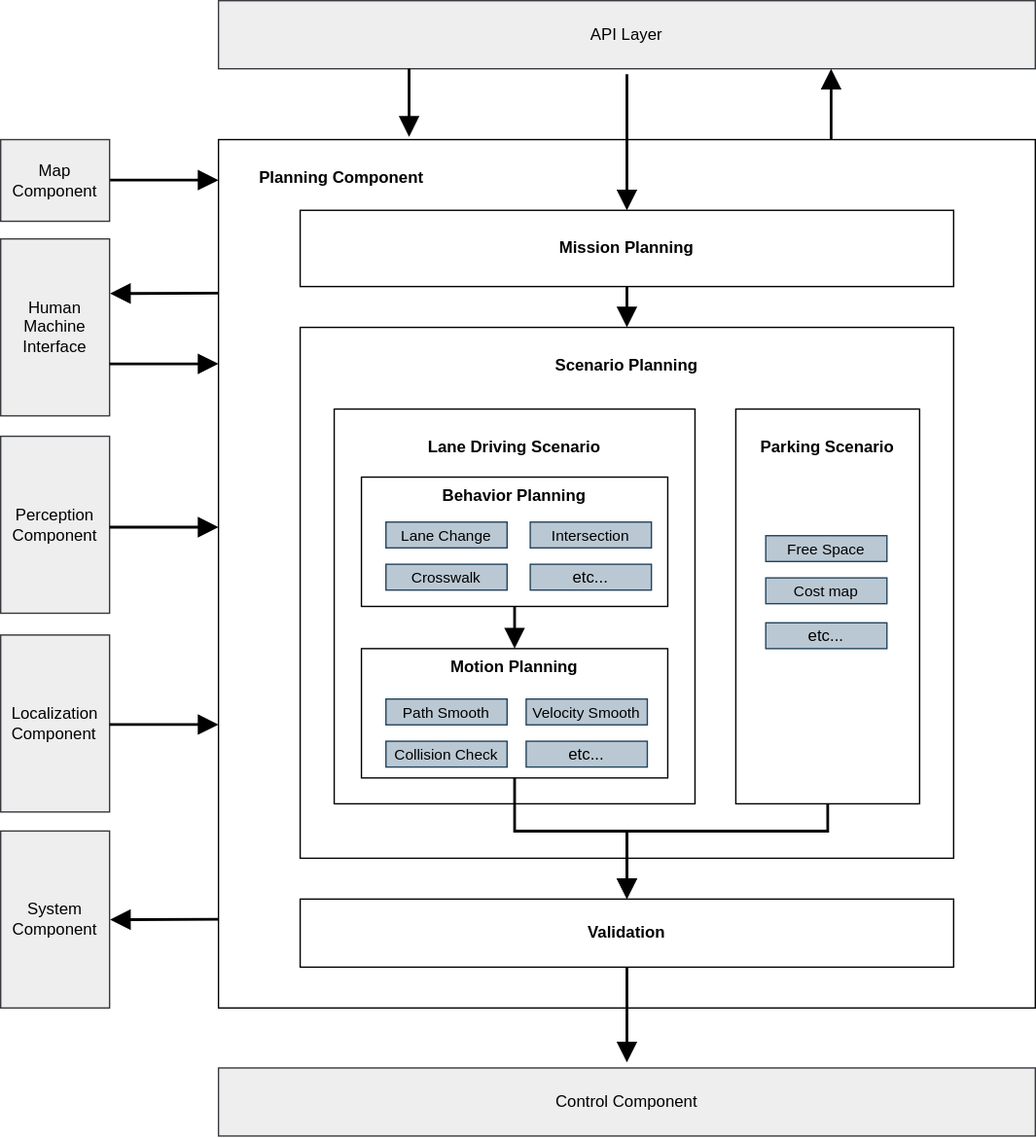
Earlier version of the draw.io export pr-355/design/autoware-architecture/planning/image/high-level-planning-diagram.drawio.svg (youtalk/autoware-documentation). Source tidied: cells renumbered, new cells last; positions are measured from the earlier drawing's top-left corner, leaving out a move shared by most shapes. Source of this version:
```xml
<mxGraphModel>
  <root>
    <mxCell id="0" />
    <mxCell id="1" parent="0" />
    <mxCell id="2" style="rounded=0;sketch=0;orthogonalLoop=1;jettySize=auto;html=1;exitX=1;exitY=0.5;exitDx=0;exitDy=0;exitPerimeter=0;entryX=0;entryY=0.036;entryDx=0;entryDy=0;entryPerimeter=0;shadow=0;labelBackgroundColor=none;strokeWidth=2;endArrow=block;endFill=1;startSize=10;endSize=10;sourcePerimeterSpacing=4;targetPerimeterSpacing=4;" parent="1" edge="1">
      <mxGeometry relative="1" as="geometry">
        <mxPoint x="80" y="131.8" as="sourcePoint" />
        <mxPoint x="160" y="131.8" as="targetPoint" />
      </mxGeometry>
    </mxCell>
    <mxCell id="3" value="&lt;div style=&quot;text-align: left&quot;&gt;Localization&lt;/div&gt;&lt;div style=&quot;text-align: left&quot;&gt;Component&lt;/div&gt;" style="rounded=1;whiteSpace=wrap;html=1;comic=0;shadow=0;arcSize=0;labelBackgroundColor=none;fillColor=#eeeeee;strokeColor=#36393d;" parent="1" vertex="1">
      <mxGeometry y="466" width="80" height="130" as="geometry" />
    </mxCell>
    <mxCell id="4" value="Perception&lt;br&gt;Component" style="rounded=1;whiteSpace=wrap;html=1;comic=0;shadow=0;arcSize=0;labelBackgroundColor=none;fillColor=#eeeeee;strokeColor=#36393d;" parent="1" vertex="1">
      <mxGeometry y="320" width="80" height="130" as="geometry" />
    </mxCell>
    <mxCell id="5" style="rounded=0;sketch=0;orthogonalLoop=1;jettySize=auto;html=1;entryX=0;entryY=0.169;entryDx=0;entryDy=0;entryPerimeter=0;shadow=0;labelBackgroundColor=none;strokeWidth=2;endArrow=none;endFill=0;startSize=10;endSize=10;sourcePerimeterSpacing=4;targetPerimeterSpacing=4;exitX=1.004;exitY=0.232;exitDx=0;exitDy=0;startArrow=block;startFill=1;exitPerimeter=0;" parent="1" edge="1">
      <mxGeometry relative="1" as="geometry">
        <mxPoint x="80.3" y="215.2" as="sourcePoint" />
        <mxPoint x="160" y="214.9" as="targetPoint" />
      </mxGeometry>
    </mxCell>
    <mxCell id="6" value="Human&lt;br&gt;Machine&lt;br&gt;Interface" style="rounded=1;whiteSpace=wrap;html=1;labelBackgroundColor=none;verticalAlign=middle;arcSize=0;shadow=0;fillColor=#eeeeee;strokeColor=#36393d;" parent="1" vertex="1">
      <mxGeometry y="175" width="80" height="130" as="geometry" />
    </mxCell>
    <mxCell id="7" value="API Layer" style="rounded=1;whiteSpace=wrap;html=1;labelBackgroundColor=none;verticalAlign=middle;arcSize=0;shadow=0;fillColor=#eeeeee;strokeColor=#36393d;" parent="1" vertex="1">
      <mxGeometry x="160" width="600" height="50" as="geometry" />
    </mxCell>
    <mxCell id="8" style="edgeStyle=none;rounded=0;sketch=0;jettySize=auto;html=1;exitX=0.75;exitY=0;exitDx=0;exitDy=0;entryX=0.75;entryY=1;entryDx=0;entryDy=0;shadow=0;labelBackgroundColor=none;strokeWidth=2;fontColor=#0d0d0d;startArrow=none;startFill=0;endArrow=block;endFill=1;startSize=10;endSize=10;sourcePerimeterSpacing=4;targetPerimeterSpacing=4;" parent="1" edge="1" source="9" target="7">
      <mxGeometry relative="1" as="geometry" />
    </mxCell>
    <mxCell id="9" style="rounded=0;whiteSpace=wrap;html=1;verticalAlign=top;labelBackgroundColor=none;shadow=0;" parent="1" vertex="1">
      <mxGeometry x="160" y="102" width="600" height="638" as="geometry" />
    </mxCell>
    <mxCell id="10" style="edgeStyle=none;curved=1;rounded=0;jettySize=auto;html=1;entryX=0.5;entryY=0;entryDx=0;entryDy=0;endArrow=block;startSize=10;endSize=10;sourcePerimeterSpacing=4;targetPerimeterSpacing=4;endFill=1;exitX=0.5;exitY=1;exitDx=0;exitDy=0;labelBackgroundColor=none;shadow=0;strokeWidth=2;" parent="1" edge="1" source="11" target="12">
      <mxGeometry relative="1" as="geometry" />
    </mxCell>
    <mxCell id="11" value="&lt;b&gt;Mission Planning&lt;/b&gt;" style="rounded=0;whiteSpace=wrap;html=1;verticalAlign=middle;labelBackgroundColor=none;shadow=0;" parent="1" vertex="1">
      <mxGeometry x="220" y="154" width="480" height="56" as="geometry" />
    </mxCell>
    <mxCell id="12" value="&lt;b&gt;&lt;br&gt;Scenario Planning&lt;/b&gt;" style="rounded=0;whiteSpace=wrap;html=1;verticalAlign=top;labelBackgroundColor=none;shadow=0;" parent="1" vertex="1">
      <mxGeometry x="220" y="240" width="480" height="390" as="geometry" />
    </mxCell>
    <mxCell id="13" value="&lt;b&gt;&lt;br&gt;Lane Driving Scenario&lt;/b&gt;" style="rounded=0;whiteSpace=wrap;html=1;verticalAlign=top;labelBackgroundColor=none;shadow=0;" parent="1" vertex="1">
      <mxGeometry x="245" y="300" width="265" height="290" as="geometry" />
    </mxCell>
    <mxCell id="14" style="edgeStyle=orthogonalEdgeStyle;rounded=0;jettySize=auto;html=1;entryX=0.5;entryY=0;entryDx=0;entryDy=0;endArrow=block;endFill=1;startSize=10;endSize=10;sourcePerimeterSpacing=4;targetPerimeterSpacing=4;exitX=0.5;exitY=1;exitDx=0;exitDy=0;labelBackgroundColor=none;shadow=0;strokeWidth=2;" parent="1" edge="1" source="15" target="21">
      <mxGeometry relative="1" as="geometry">
        <Array as="points">
          <mxPoint x="608" y="610" />
          <mxPoint x="460" y="610" />
        </Array>
      </mxGeometry>
    </mxCell>
    <mxCell id="15" value="&lt;b&gt;&lt;br&gt;Parking Scenario&lt;/b&gt;" style="rounded=0;whiteSpace=wrap;html=1;verticalAlign=top;labelBackgroundColor=none;shadow=0;" parent="1" vertex="1">
      <mxGeometry x="540" y="300" width="135" height="290" as="geometry" />
    </mxCell>
    <mxCell id="16" style="edgeStyle=none;curved=1;rounded=0;jettySize=auto;html=1;exitX=0.5;exitY=1;exitDx=0;exitDy=0;entryX=0.5;entryY=0;entryDx=0;entryDy=0;endArrow=block;endFill=1;startSize=14;endSize=10;sourcePerimeterSpacing=8;targetPerimeterSpacing=8;labelBackgroundColor=none;shadow=0;strokeWidth=2;" parent="1" edge="1" source="17" target="19">
      <mxGeometry relative="1" as="geometry" />
    </mxCell>
    <mxCell id="17" value="&lt;b&gt;Behavior Planning&lt;/b&gt;" style="rounded=0;whiteSpace=wrap;html=1;verticalAlign=top;labelBackgroundColor=none;shadow=0;" parent="1" vertex="1">
      <mxGeometry x="265" y="350" width="225" height="95" as="geometry" />
    </mxCell>
    <mxCell id="18" style="edgeStyle=orthogonalEdgeStyle;rounded=0;jettySize=auto;html=1;exitX=0.5;exitY=1;exitDx=0;exitDy=0;entryX=0.5;entryY=0;entryDx=0;entryDy=0;endArrow=block;endFill=1;startSize=10;endSize=10;sourcePerimeterSpacing=4;targetPerimeterSpacing=4;labelBackgroundColor=none;shadow=0;strokeWidth=2;" parent="1" edge="1" source="19" target="21">
      <mxGeometry relative="1" as="geometry">
        <Array as="points">
          <mxPoint x="378" y="610" />
          <mxPoint x="460" y="610" />
        </Array>
      </mxGeometry>
    </mxCell>
    <mxCell id="19" value="&lt;b&gt;Motion Planning&lt;/b&gt;" style="rounded=0;whiteSpace=wrap;html=1;verticalAlign=top;labelBackgroundColor=none;shadow=0;" parent="1" vertex="1">
      <mxGeometry x="265" y="476" width="225" height="95" as="geometry" />
    </mxCell>
    <mxCell id="20" style="edgeStyle=orthogonalEdgeStyle;rounded=0;jettySize=auto;html=1;exitX=0.5;exitY=1;exitDx=0;exitDy=0;endArrow=block;endFill=1;startSize=10;endSize=10;sourcePerimeterSpacing=4;targetPerimeterSpacing=4;labelBackgroundColor=none;shadow=0;strokeWidth=2;" parent="1" edge="1" source="21">
      <mxGeometry relative="1" as="geometry">
        <mxPoint x="460" y="780" as="targetPoint" />
      </mxGeometry>
    </mxCell>
    <mxCell id="21" value="&lt;b&gt;Validation&lt;/b&gt;" style="rounded=0;whiteSpace=wrap;html=1;verticalAlign=middle;labelBackgroundColor=none;shadow=0;" parent="1" vertex="1">
      <mxGeometry x="220" y="660" width="480" height="50" as="geometry" />
    </mxCell>
    <mxCell id="22" value="Control Component" style="rounded=1;whiteSpace=wrap;html=1;labelBackgroundColor=none;verticalAlign=middle;arcSize=0;shadow=0;fillColor=#eeeeee;strokeColor=#36393d;" parent="1" vertex="1">
      <mxGeometry x="160" y="784" width="600" height="50" as="geometry" />
    </mxCell>
    <mxCell id="23" value="&lt;b&gt;Planning Component&lt;/b&gt;" style="text;html=1;align=center;verticalAlign=middle;labelBackgroundColor=none;shadow=1;" parent="1" vertex="1">
      <mxGeometry x="180" y="115" width="140" height="30" as="geometry" />
    </mxCell>
    <mxCell id="24" style="edgeStyle=orthogonalEdgeStyle;rounded=0;sketch=0;jettySize=auto;html=1;entryX=0.5;entryY=0;entryDx=0;entryDy=0;shadow=0;labelBackgroundColor=none;strokeWidth=2;endArrow=block;endFill=1;startSize=10;endSize=10;sourcePerimeterSpacing=4;targetPerimeterSpacing=4;" parent="1" edge="1" source="7" target="11">
      <mxGeometry relative="1" as="geometry" />
    </mxCell>
    <mxCell id="25" value="&lt;div style=&quot;&quot;&gt;System&lt;/div&gt;&lt;div style=&quot;&quot;&gt;Component&lt;/div&gt;" style="rounded=1;whiteSpace=wrap;html=1;comic=0;shadow=0;arcSize=0;labelBackgroundColor=none;align=center;fillColor=#eeeeee;strokeColor=#36393d;" parent="1" vertex="1">
      <mxGeometry y="610" width="80" height="130" as="geometry" />
    </mxCell>
    <mxCell id="26" style="edgeStyle=orthogonalEdgeStyle;rounded=0;sketch=0;orthogonalLoop=1;jettySize=auto;html=1;shadow=0;labelBackgroundColor=none;strokeWidth=2;endArrow=block;endFill=1;startSize=10;endSize=10;sourcePerimeterSpacing=4;targetPerimeterSpacing=4;" parent="1" edge="1">
      <mxGeometry relative="1" as="geometry">
        <mxPoint x="300" y="50" as="sourcePoint" />
        <mxPoint x="300" y="100" as="targetPoint" />
      </mxGeometry>
    </mxCell>
    <mxCell id="27" value="Map&lt;br&gt;Component" style="rounded=1;whiteSpace=wrap;html=1;labelBackgroundColor=none;verticalAlign=middle;arcSize=0;shadow=0;fillColor=#eeeeee;strokeColor=#36393d;" parent="1" vertex="1">
      <mxGeometry y="102" width="80" height="60" as="geometry" />
    </mxCell>
    <mxCell id="28" value="&lt;div style=&quot;font-size: 11px;&quot;&gt;Lane Change&lt;/div&gt;" style="rounded=1;whiteSpace=wrap;html=1;comic=0;shadow=0;arcSize=0;labelBackgroundColor=none;align=center;fontSize=11;fillColor=#bac8d3;strokeColor=#23445d;" parent="1" vertex="1">
      <mxGeometry x="283" y="383" width="89" height="19" as="geometry" />
    </mxCell>
    <mxCell id="29" value="&lt;div style=&quot;font-size: 11px;&quot;&gt;Intersection&lt;/div&gt;" style="rounded=1;whiteSpace=wrap;html=1;comic=0;shadow=0;arcSize=0;labelBackgroundColor=none;align=center;fontSize=11;fillColor=#bac8d3;strokeColor=#23445d;" parent="1" vertex="1">
      <mxGeometry x="389" y="383" width="89" height="19" as="geometry" />
    </mxCell>
    <mxCell id="30" value="&lt;div style=&quot;font-size: 11px;&quot;&gt;Crosswalk&lt;/div&gt;" style="rounded=1;whiteSpace=wrap;html=1;comic=0;shadow=0;arcSize=0;labelBackgroundColor=none;align=center;fontSize=11;fillColor=#bac8d3;strokeColor=#23445d;" parent="1" vertex="1">
      <mxGeometry x="283" y="414" width="89" height="19" as="geometry" />
    </mxCell>
    <mxCell id="31" value="&lt;div style=&quot;&quot;&gt;etc...&lt;/div&gt;" style="rounded=1;whiteSpace=wrap;html=1;comic=0;shadow=0;arcSize=0;labelBackgroundColor=none;align=center;fillColor=#bac8d3;strokeColor=#23445d;" parent="1" vertex="1">
      <mxGeometry x="389" y="414" width="89" height="19" as="geometry" />
    </mxCell>
    <mxCell id="32" value="&lt;div style=&quot;font-size: 11px;&quot;&gt;Path Smooth&lt;/div&gt;" style="rounded=1;whiteSpace=wrap;html=1;comic=0;shadow=0;arcSize=0;labelBackgroundColor=none;align=center;fontSize=11;fillColor=#bac8d3;strokeColor=#23445d;" parent="1" vertex="1">
      <mxGeometry x="283" y="513" width="89" height="19" as="geometry" />
    </mxCell>
    <mxCell id="33" value="&lt;div style=&quot;font-size: 11px;&quot;&gt;Velocity Smooth&lt;/div&gt;" style="rounded=1;whiteSpace=wrap;html=1;comic=0;shadow=0;arcSize=0;labelBackgroundColor=none;align=center;fontSize=11;fillColor=#bac8d3;strokeColor=#23445d;" parent="1" vertex="1">
      <mxGeometry x="386" y="513" width="89" height="19" as="geometry" />
    </mxCell>
    <mxCell id="34" value="&lt;div style=&quot;font-size: 11px;&quot;&gt;Collision Check&lt;/div&gt;" style="rounded=1;whiteSpace=wrap;html=1;comic=0;shadow=0;arcSize=0;labelBackgroundColor=none;align=center;fontSize=11;fillColor=#bac8d3;strokeColor=#23445d;" parent="1" vertex="1">
      <mxGeometry x="283" y="544" width="89" height="19" as="geometry" />
    </mxCell>
    <mxCell id="35" value="&lt;div style=&quot;&quot;&gt;etc...&lt;/div&gt;" style="rounded=1;whiteSpace=wrap;html=1;comic=0;shadow=0;arcSize=0;labelBackgroundColor=none;align=center;fillColor=#bac8d3;strokeColor=#23445d;" parent="1" vertex="1">
      <mxGeometry x="386" y="544" width="89" height="19" as="geometry" />
    </mxCell>
    <mxCell id="36" value="&lt;div style=&quot;font-size: 11px;&quot;&gt;Free Space&lt;/div&gt;" style="rounded=1;whiteSpace=wrap;html=1;comic=0;shadow=0;arcSize=0;labelBackgroundColor=none;align=center;fontSize=11;fillColor=#bac8d3;strokeColor=#23445d;" parent="1" vertex="1">
      <mxGeometry x="562" y="393" width="89" height="19" as="geometry" />
    </mxCell>
    <mxCell id="37" value="&lt;div style=&quot;font-size: 11px;&quot;&gt;Cost map&lt;/div&gt;" style="rounded=1;whiteSpace=wrap;html=1;comic=0;shadow=0;arcSize=0;labelBackgroundColor=none;align=center;fontSize=11;fillColor=#bac8d3;strokeColor=#23445d;" parent="1" vertex="1">
      <mxGeometry x="562" y="424" width="89" height="19" as="geometry" />
    </mxCell>
    <mxCell id="38" value="&lt;div style=&quot;&quot;&gt;etc...&lt;/div&gt;" style="rounded=1;whiteSpace=wrap;html=1;comic=0;shadow=0;arcSize=0;labelBackgroundColor=none;align=center;fillColor=#bac8d3;strokeColor=#23445d;" parent="1" vertex="1">
      <mxGeometry x="562" y="457" width="89" height="19" as="geometry" />
    </mxCell>
    <mxCell id="39" style="rounded=0;sketch=0;orthogonalLoop=1;jettySize=auto;html=1;exitX=1;exitY=0.5;exitDx=0;exitDy=0;exitPerimeter=0;entryX=0;entryY=0.036;entryDx=0;entryDy=0;entryPerimeter=0;shadow=0;labelBackgroundColor=none;strokeWidth=2;endArrow=block;endFill=1;startSize=10;endSize=10;sourcePerimeterSpacing=4;targetPerimeterSpacing=4;" parent="1" edge="1">
      <mxGeometry relative="1" as="geometry">
        <mxPoint x="80" y="266.8" as="sourcePoint" />
        <mxPoint x="160" y="266.8" as="targetPoint" />
      </mxGeometry>
    </mxCell>
    <mxCell id="40" style="rounded=0;sketch=0;orthogonalLoop=1;jettySize=auto;html=1;exitX=1;exitY=0.5;exitDx=0;exitDy=0;exitPerimeter=0;entryX=0;entryY=0.036;entryDx=0;entryDy=0;entryPerimeter=0;shadow=0;labelBackgroundColor=none;strokeWidth=2;endArrow=block;endFill=1;startSize=10;endSize=10;sourcePerimeterSpacing=4;targetPerimeterSpacing=4;" parent="1" edge="1">
      <mxGeometry relative="1" as="geometry">
        <mxPoint x="80" y="386.8" as="sourcePoint" />
        <mxPoint x="160" y="386.8" as="targetPoint" />
      </mxGeometry>
    </mxCell>
    <mxCell id="41" style="rounded=0;sketch=0;orthogonalLoop=1;jettySize=auto;html=1;exitX=1;exitY=0.5;exitDx=0;exitDy=0;exitPerimeter=0;entryX=0;entryY=0.036;entryDx=0;entryDy=0;entryPerimeter=0;shadow=0;labelBackgroundColor=none;strokeWidth=2;endArrow=block;endFill=1;startSize=10;endSize=10;sourcePerimeterSpacing=4;targetPerimeterSpacing=4;" parent="1" edge="1">
      <mxGeometry relative="1" as="geometry">
        <mxPoint x="80" y="531.8" as="sourcePoint" />
        <mxPoint x="160" y="531.8" as="targetPoint" />
      </mxGeometry>
    </mxCell>
    <mxCell id="42" style="rounded=0;sketch=0;orthogonalLoop=1;jettySize=auto;html=1;entryX=0;entryY=0.169;entryDx=0;entryDy=0;entryPerimeter=0;shadow=0;labelBackgroundColor=none;strokeWidth=2;endArrow=none;endFill=0;startSize=10;endSize=10;sourcePerimeterSpacing=4;targetPerimeterSpacing=4;exitX=1.004;exitY=0.232;exitDx=0;exitDy=0;startArrow=block;startFill=1;exitPerimeter=0;" parent="1" edge="1">
      <mxGeometry relative="1" as="geometry">
        <mxPoint x="80.3" y="675.2" as="sourcePoint" />
        <mxPoint x="160" y="674.9" as="targetPoint" />
      </mxGeometry>
    </mxCell>
  </root>
</mxGraphModel>
```
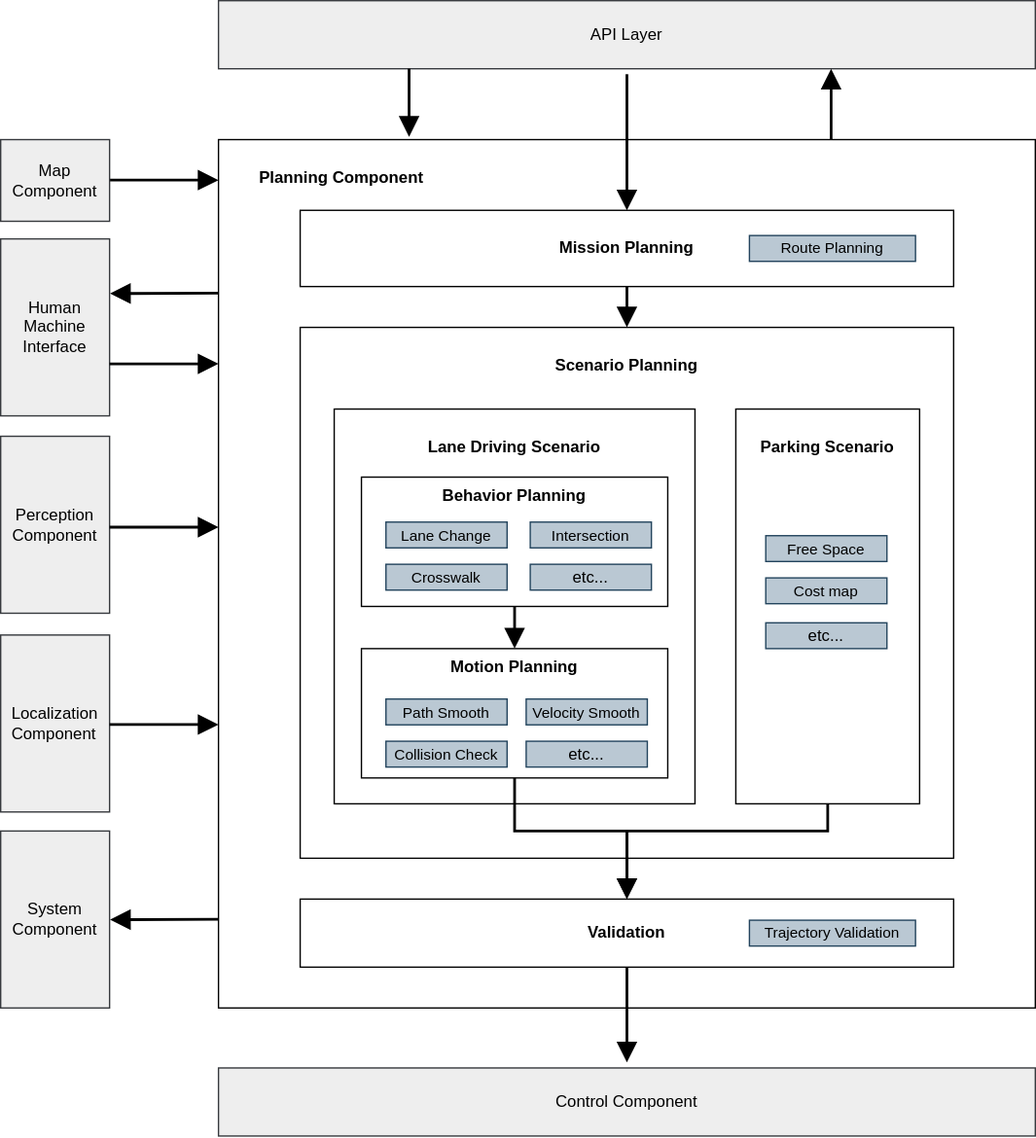
Later version of the same file.

Commit message:
Deployed 9d318bf07 to pr-355 with MkDocs 1.4.3 and mike 1.2.0.dev0

What changed in the source:
```diff
@@ -158,5 +158,11 @@
         <mxPoint x="160" y="674.9" as="targetPoint" />
       </mxGeometry>
     </mxCell>
+    <mxCell id="43" value="&lt;div style=&quot;font-size: 11px;&quot;&gt;Trajectory Validation&lt;/div&gt;" style="rounded=1;whiteSpace=wrap;html=1;comic=0;shadow=0;arcSize=0;labelBackgroundColor=none;align=center;fontSize=11;fillColor=#bac8d3;strokeColor=#23445d;" parent="1" vertex="1">
+      <mxGeometry x="550" y="675.5" width="122" height="19" as="geometry" />
+    </mxCell>
+    <mxCell id="44" value="&lt;div style=&quot;font-size: 11px;&quot;&gt;Route Planning&lt;/div&gt;" style="rounded=1;whiteSpace=wrap;html=1;comic=0;shadow=0;arcSize=0;labelBackgroundColor=none;align=center;fontSize=11;fillColor=#bac8d3;strokeColor=#23445d;" parent="1" vertex="1">
+      <mxGeometry x="550" y="172.5" width="122" height="19" as="geometry" />
+    </mxCell>
   </root>
 </mxGraphModel>
```
